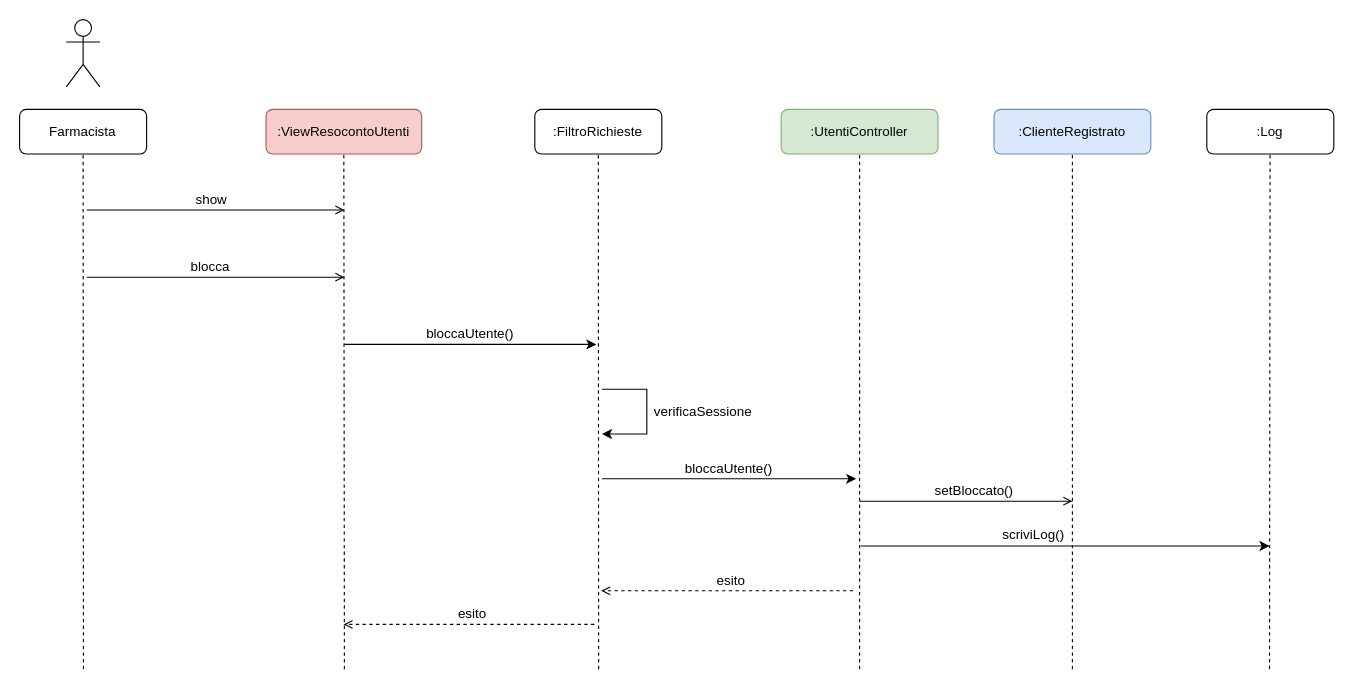
Above: page "SospensioneUtenza" (6 of 7) of drawio/Progettazione/Interazione.drawio in lnwor/farmabyte-doc (draw.io), before the change. Source tidied: cells renumbered, new cells numbered last; positions are measured from the earlier drawing's top-left corner, leaving out a move shared by most shapes. Both pictures are drawn from the tidied source at 112%, with x=0, y=0 at pixel (19, 19).
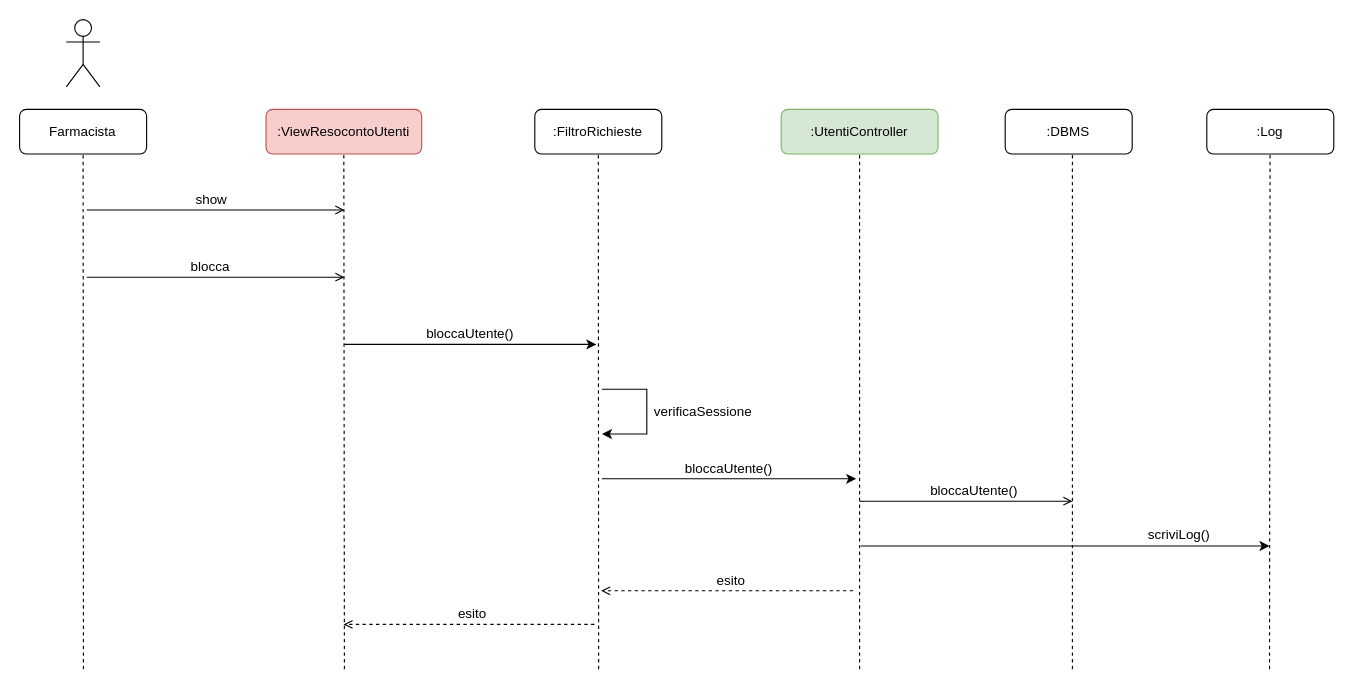
The same page after the edit.

Unchanged cells that the change refers to:
```xml
<mxCell id="17" style="endArrow=open;html=1;fontSize=12;endFill=0;" parent="1" edge="1">
  <mxGeometry relative="1" as="geometry">
    <mxPoint x="750" y="430" as="sourcePoint" />
    <mxPoint x="940" y="430" as="targetPoint" />
  </mxGeometry>
</mxCell>
```

Diff of the diagram source:
```diff
@@
-    <mxCell id="15" value="&lt;div&gt;:ClienteRegistrato&lt;/div&gt;" style="rounded=1;whiteSpace=wrap;html=1;fillColor=#dae8fc;strokeColor=#6c8ebf;" parent="1" vertex="1">
-      <mxGeometry x="870" y="80.2" width="140" height="39.8" as="geometry" />
-    </mxCell>
-    <mxCell id="16" style="endArrow=none;dashed=1;html=1;fontSize=12;entryX=0.5;entryY=1;entryDx=0;entryDy=0;" parent="1" edge="1" target="15">
+    <mxCell id="16" style="endArrow=none;dashed=1;html=1;fontSize=12;entryX=0.5;entryY=1;entryDx=0;entryDy=0;" parent="1" edge="1">
       <mxGeometry relative="1" as="geometry">
         <mxPoint x="940" y="580" as="sourcePoint" />
+        <mxPoint x="940" y="120" as="targetPoint" />
       </mxGeometry>
     </mxCell>
@@
-    <mxCell id="18" value="setBloccato()" style="edgeLabel;html=1;align=center;verticalAlign=middle;fontSize=12;" parent="17" vertex="1">
+    <mxCell id="18" value="bloccaUtente()" style="edgeLabel;html=1;align=center;verticalAlign=middle;fontSize=12;" parent="17" vertex="1">
       <mxGeometry x="0.33" y="1" relative="1" as="geometry">
         <mxPoint x="-25" y="-9" as="offset" />
       </mxGeometry>
     </mxCell>
@@
     <mxCell id="32" value="scriviLog()" style="text;html=1;align=center;verticalAlign=middle;strokeColor=none;" parent="1" vertex="1">
-      <mxGeometry x="870" y="450" width="70" height="20" as="geometry" />
+      <mxGeometry x="1000" y="450" width="70" height="20" as="geometry" />
     </mxCell>
+    <mxCell id="33" value=":DBMS" style="rounded=1;whiteSpace=wrap;html=1;" parent="1" vertex="1">
+      <mxGeometry x="880" y="80.2" width="113.4" height="39.8" as="geometry" />
+    </mxCell>
```
